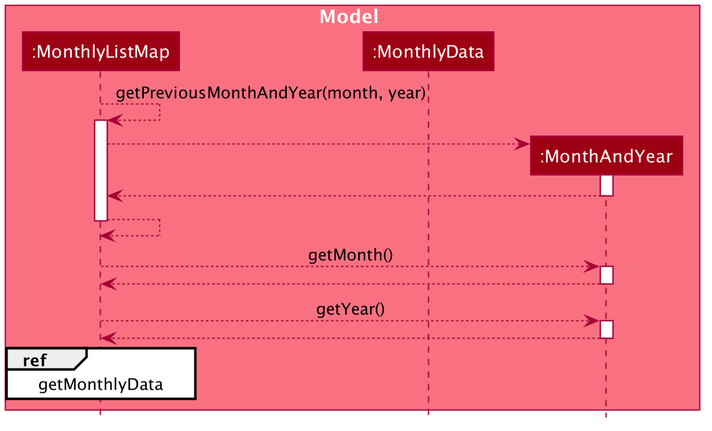
Before: docs/images/MeetingStatsSequenceDiagram4.png, a diagram exported from PlantUML (sebastiantoh/tp). Its diagram source:
```plantuml
@startuml








skinparam BackgroundColor #FFFFFFF

skinparam Shadowing false

skinparam Class {
    FontColor #FFFFFF
    BorderThickness 1
    BorderColor #FFFFFF
    StereotypeFontColor #FFFFFF
    FontName Arial
}

skinparam Actor {
    BorderColor #000000
    Color #000000
    FontName Arial
}

skinparam Sequence {
    MessageAlign center
    BoxFontSize 15
    BoxPadding 0
    BoxFontColor #FFFFFF
    FontName Arial
}

skinparam Participant {
    FontColor #FFFFFFF
    Padding 20
}


skinparam ClassAttributeFontColor white
skinparam MinClassWidth 50
skinparam ParticipantPadding 10
skinparam Shadowing false
skinparam DefaultTextAlignment center
skinparam packageStyle Rectangle

hide footbox
hide members
hide circle

box Model #F97181
participant ":MonthlyListMap" as MonthlyListMap #9D0012
participant ":MonthlyData" as MonthlyData #9D0012
participant ":MonthAndYear" as MonthAndYear #9D0012
end box

box

MonthlyListMap --> MonthlyListMap : getPreviousMonthAndYear(month, year)
activate MonthlyListMap

create MonthAndYear
MonthlyListMap --> MonthAndYear
activate MonthAndYear
MonthAndYear --> MonthlyListMap
deactivate MonthAndYear
MonthlyListMap --> MonthlyListMap
deactivate MonthlyListMap

MonthlyListMap --> MonthAndYear: getMonth()
activate MonthAndYear
MonthAndYear --> MonthlyListMap
deactivate MonthAndYear

MonthlyListMap --> MonthAndYear: getYear()
activate MonthAndYear
MonthAndYear --> MonthlyListMap
deactivate MonthAndYear

ref over MonthlyListMap: getMonthlyData

end box

@enduml
```
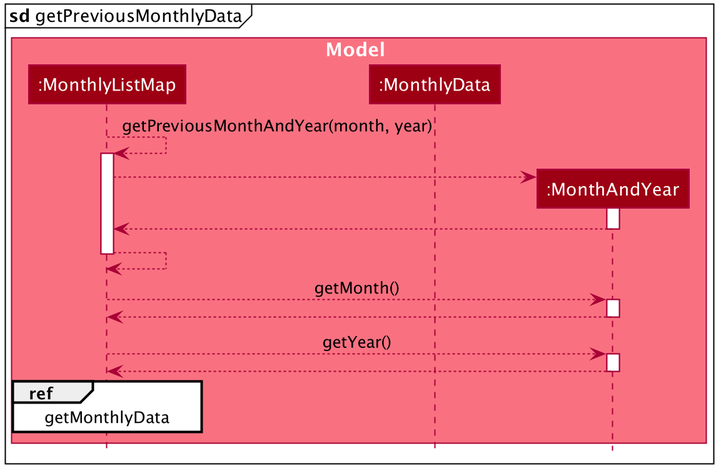
After the commit.

Commit message:
Add sd frame to sequence diagrams

The edit, as a diff of the source:
```diff
@@ -56,6 +56,9 @@
 participant ":MonthAndYear" as MonthAndYear #9D0012
 end box
 
+
+mainframe **sd** getPreviousMonthlyData
+
 box
 
 MonthlyListMap --> MonthlyListMap : getPreviousMonthAndYear(month, year)
```
